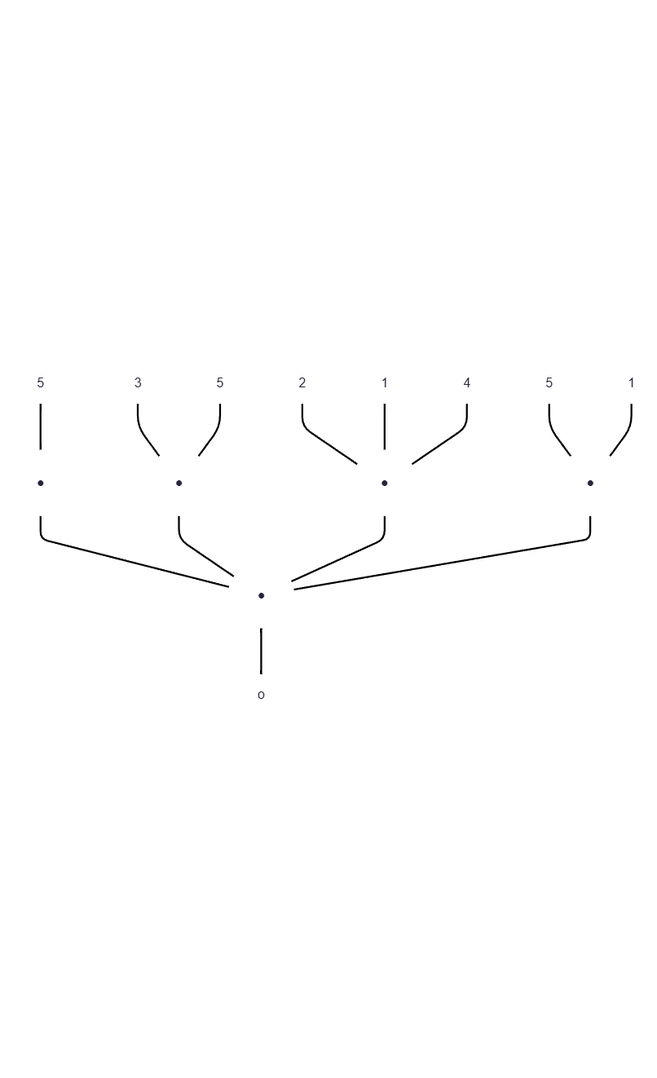
Earlier version of the Mermaid export YIME_Theory/flowchart/与质素相联结的调素_1.png (tsaanghwang/Yime-prototype). Its source is kept beside it as YIME_Theory/flowchart/与质素相联结的调素_1.mmd. The source it was exported from:
```mermaid
graph BT

A[o] ---  O((●))
O ---  B((●))

B ---  B1[5]

O ---  C((●))
C ---  C1[3]
C ---  C2[5]

O ---  D((●))
D ---  D1[2]
D --- D2[1]
D --- D3[4]

O ---  E((●))
E ---  E1[5]
E --- E2[1]

classDef plain fill:none,stroke:none;
class A,O,B,C,D,E,B1,C1,C2,D1,D2,D3,E1,E2,Title plain;
```
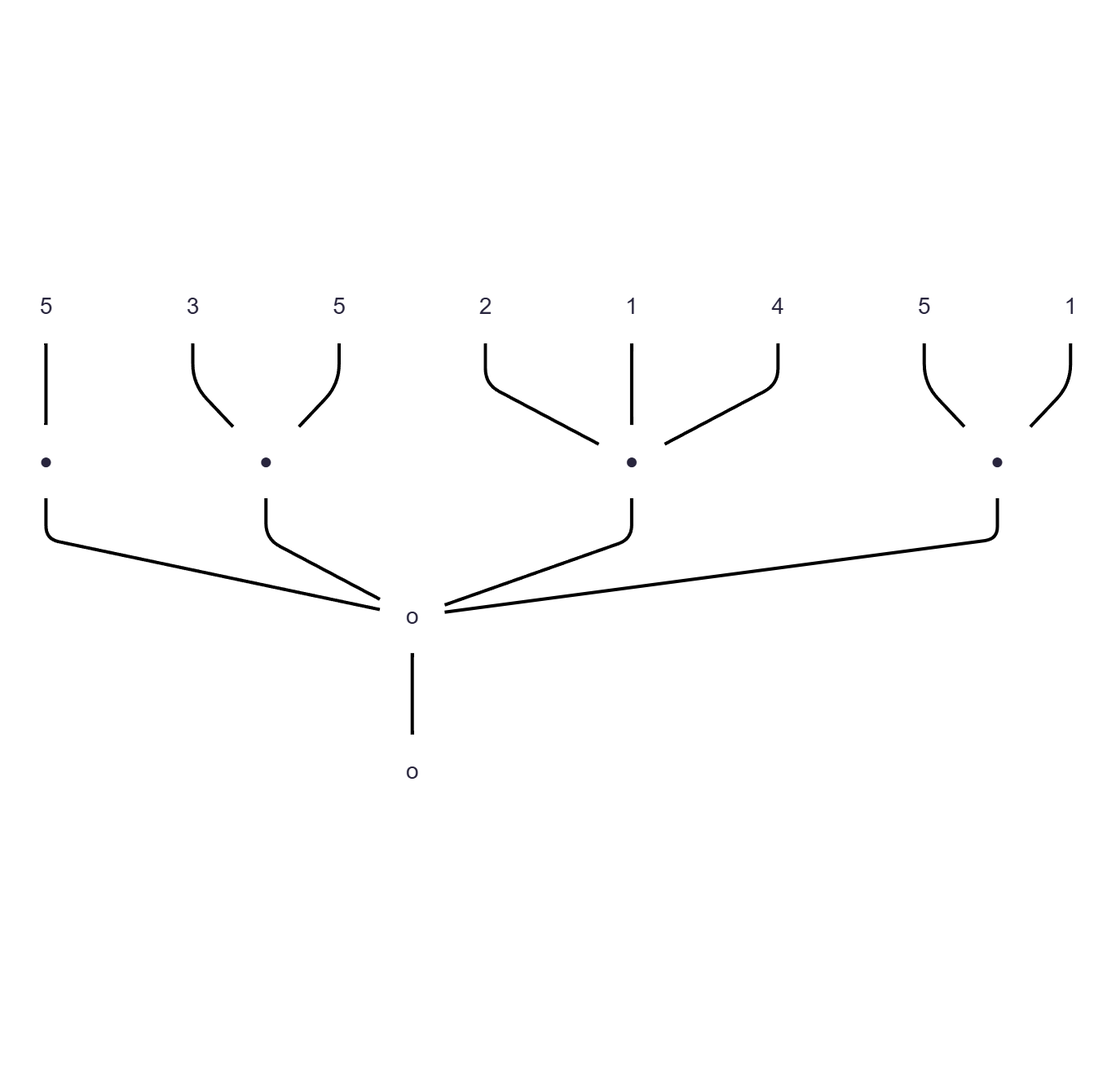
After the commit.

The edit, as a diff of the source:
```diff
@@ -1,20 +1,20 @@
 graph BT
 
-A[o] ---  O((●))
-O ---  B((●))
+A[o] ---  O(o)
+O ---  B(●)
 
 B ---  B1[5]
 
-O ---  C((●))
+O ---  C(●)
 C ---  C1[3]
 C ---  C2[5]
 
-O ---  D((●))
+O ---  D(●)
 D ---  D1[2]
 D --- D2[1]
 D --- D3[4]
 
-O ---  E((●))
+O ---  E(●)
 E ---  E1[5]
 E --- E2[1]
 
```
